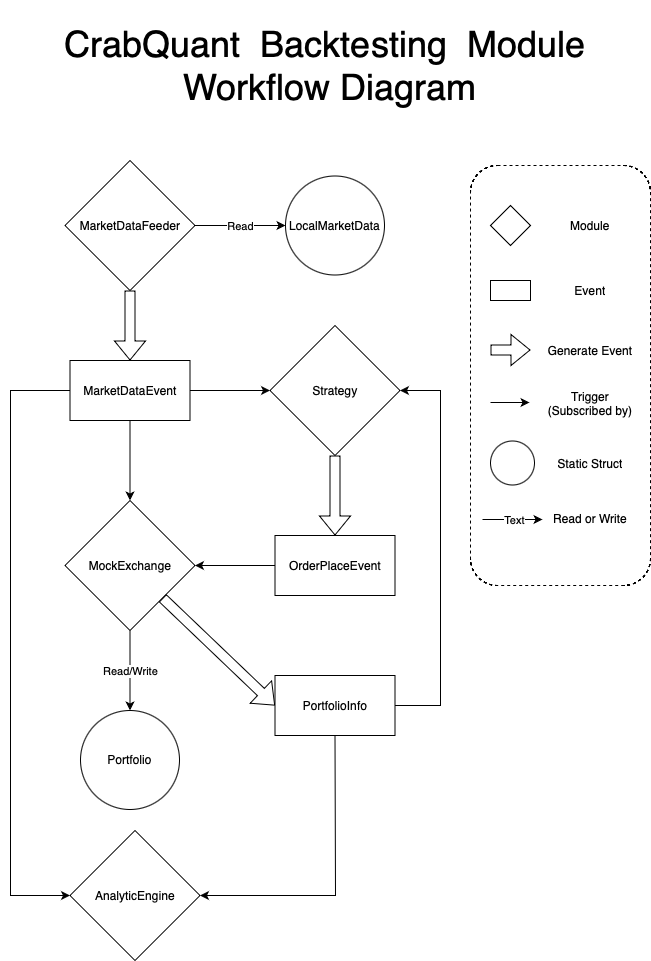
Before: resources/image/crabquant_basic_workflow_diagram.png, a diagram exported from draw.io (danthus/CrabQuant). Source tidied: cells renumbered, new cells last; positions are measured from the earlier drawing's top-left corner, leaving out a move shared by most shapes.
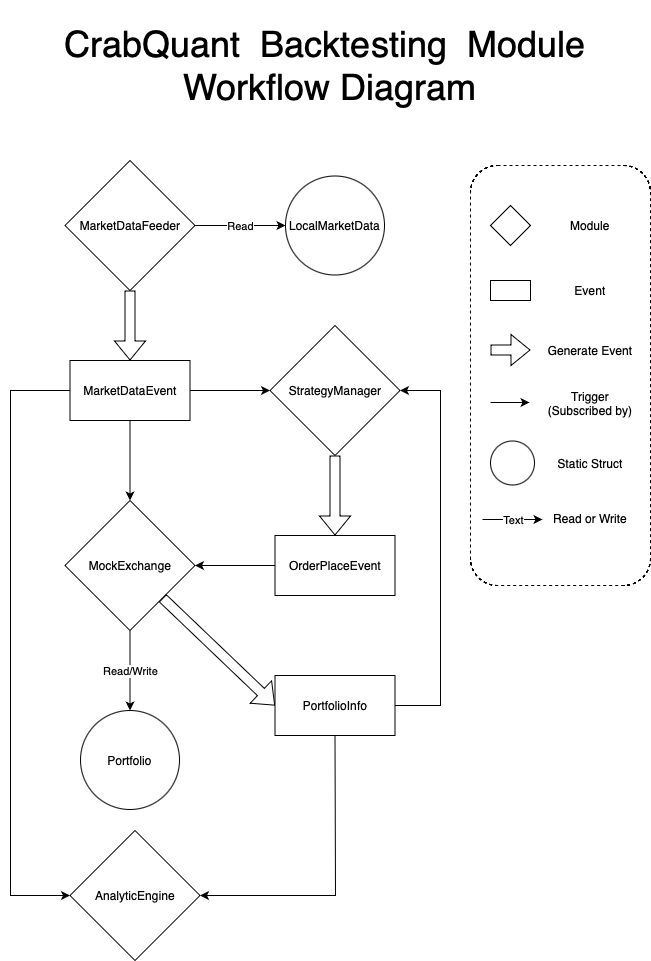
The same file after the commit.

What changed in the source:
```diff
@@ -17,7 +17,7 @@
     <mxCell id="6" value="MockExchange" style="rhombus;whiteSpace=wrap;html=1;" parent="1" vertex="1">
       <mxGeometry x="64.5" y="500" width="130" height="130" as="geometry" />
     </mxCell>
-    <mxCell id="7" value="Strategy" style="rhombus;whiteSpace=wrap;html=1;" parent="1" vertex="1">
+    <mxCell id="7" value="StrategyManager" style="rhombus;whiteSpace=wrap;html=1;" parent="1" vertex="1">
       <mxGeometry x="269.5" y="325" width="130" height="130" as="geometry" />
     </mxCell>
     <mxCell id="8" style="endArrow=classic;html=1;rounded=0;exitX=1;exitY=0.5;exitDx=0;exitDy=0;" parent="1" edge="1" source="3" target="7">
```
